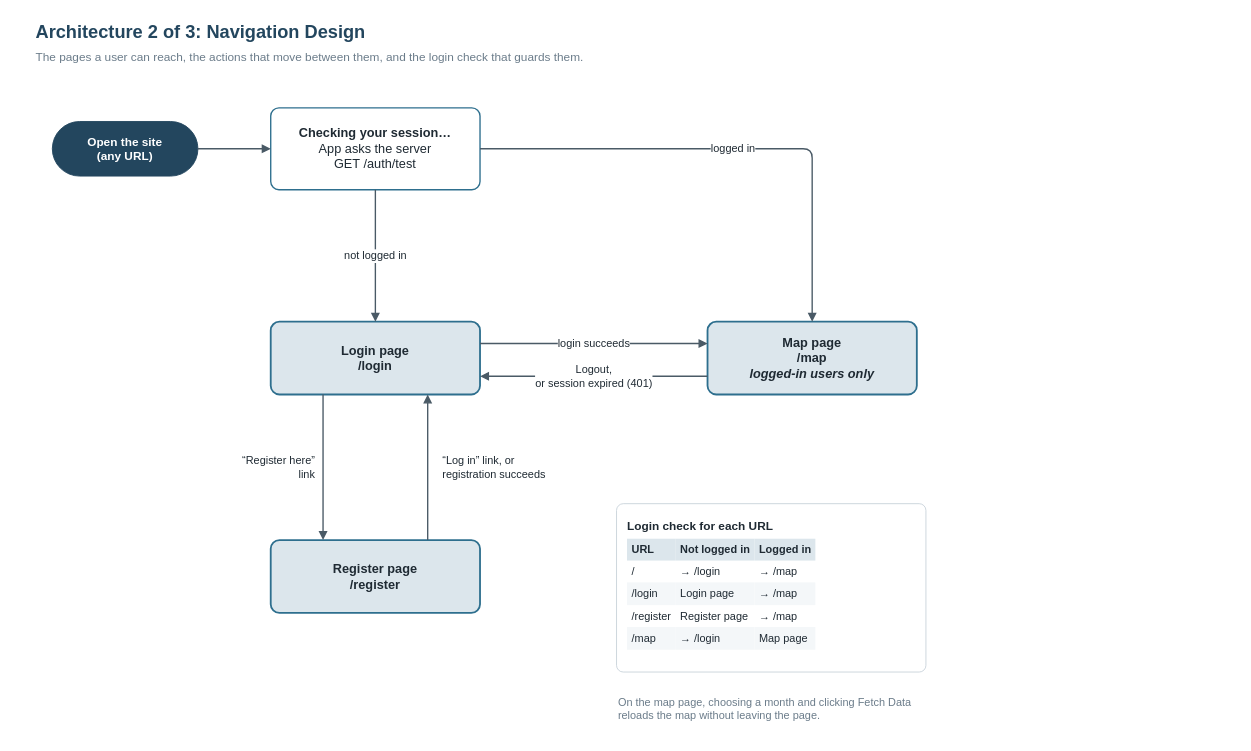
The draw.io diagram design/milestone-3/architecture-2-navigation.drawio in tdevine1/xPostForecast, before the edit. Source tidied: cells renumbered, new cells numbered last; positions are measured from the earlier drawing's top-left corner, leaving out a move shared by most shapes. Both pictures are drawn from the tidied source at 91%, with x=0, y=0 at pixel (34, 15).
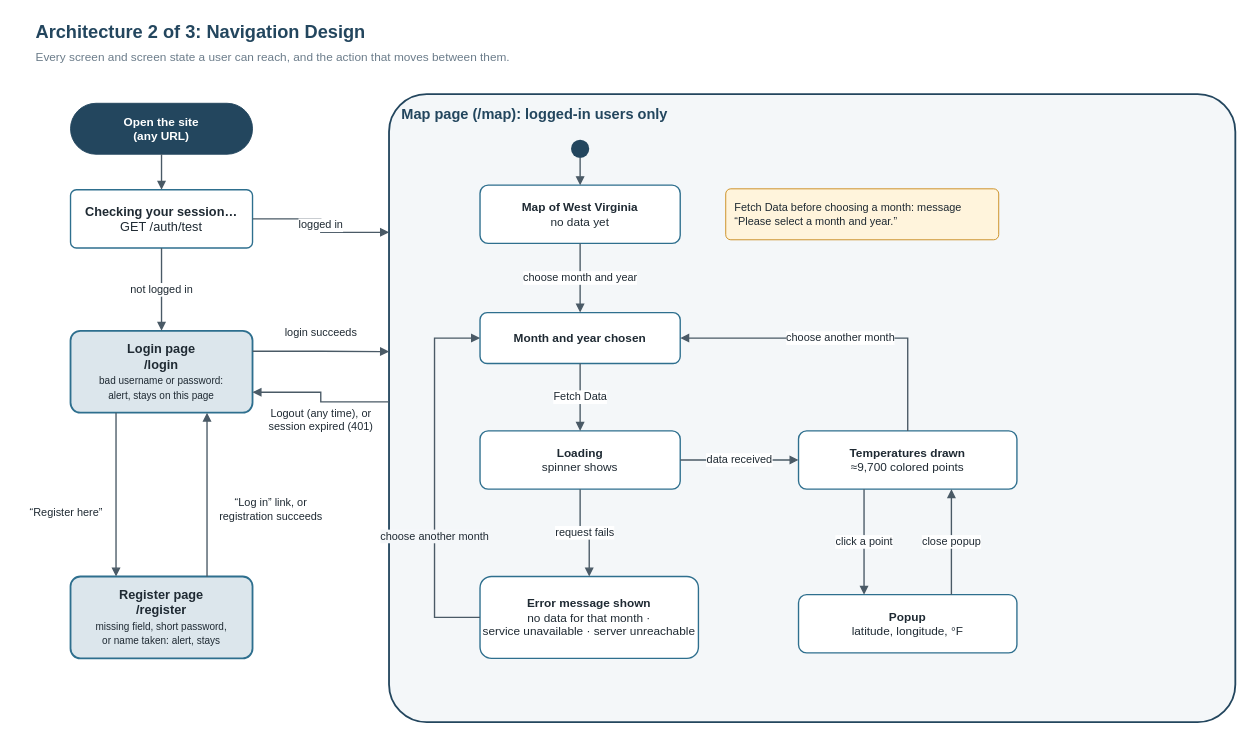
The same page after the edit.

What changed in the source:
```diff
@@
     <mxCell id="2" value="Architecture 2 of 3: Navigation Design" style="text;html=1;align=left;verticalAlign=middle;fontStyle=1;fontSize=20;fontColor=#23465E;fontFamily=Helvetica;" parent="1" vertex="1">
-      <mxGeometry width="1100" height="34" as="geometry" />
+      <mxGeometry width="1200" height="34" as="geometry" />
     </mxCell>
-    <mxCell id="3" value="The pages a user can reach, the actions that move between them, and the login check that guards them." style="text;html=1;align=left;verticalAlign=middle;fontSize=13;fontColor=#6B7C8A;fontFamily=Helvetica;" parent="1" vertex="1">
-      <mxGeometry y="34" width="1100" height="22" as="geometry" />
+    <mxCell id="3" value="Every screen and screen state a user can reach, and the action that moves between them." style="text;html=1;align=left;verticalAlign=middle;fontSize=13;fontColor=#6B7C8A;fontFamily=Helvetica;" parent="1" vertex="1">
+      <mxGeometry y="34" width="1200" height="22" as="geometry" />
     </mxCell>
     <mxCell id="4" value="Open the site&lt;br&gt;(any URL)" style="rounded=1;arcSize=50;whiteSpace=wrap;html=1;fillColor=#23465E;strokeColor=#23465E;fontColor=#FFFFFF;fontFamily=Helvetica;fontSize=13;fontStyle=1;" parent="1" vertex="1">
-      <mxGeometry x="20" y="116" width="160" height="60" as="geometry" />
+      <mxGeometry x="40" y="96" width="200" height="56" as="geometry" />
     </mxCell>
-    <mxCell id="5" value="&lt;b&gt;Checking your session…&lt;/b&gt;&lt;br&gt;App asks the server&lt;br&gt;GET /auth/test" style="rounded=1;arcSize=10;whiteSpace=wrap;html=1;fillColor=#FFFFFF;strokeColor=#2E6F8E;strokeWidth=1.5;fontFamily=Helvetica;fontSize=14;fontColor=#1F2A33;" parent="1" vertex="1">
-      <mxGeometry x="260" y="101" width="230" height="90" as="geometry" />
+    <mxCell id="5" value="&lt;b&gt;Checking your session…&lt;/b&gt;&lt;br&gt;GET /auth/test" style="rounded=1;arcSize=10;whiteSpace=wrap;html=1;fillColor=#FFFFFF;strokeColor=#2E6F8E;strokeWidth=1.5;fontFamily=Helvetica;fontSize=14;fontColor=#1F2A33;" parent="1" vertex="1">
+      <mxGeometry x="40" y="191" width="200" height="64" as="geometry" />
     </mxCell>
-    <mxCell id="6" value="&lt;b&gt;Login page&lt;/b&gt;&lt;br&gt;/login" style="rounded=1;arcSize=12;whiteSpace=wrap;html=1;fillColor=#DCE6EC;strokeColor=#2E6F8E;strokeWidth=2;fontFamily=Helvetica;fontSize=14;fontColor=#1F2A33;fontStyle=1;" parent="1" vertex="1">
-      <mxGeometry x="260" y="336" width="230" height="80" as="geometry" />
+    <mxCell id="6" value="&lt;b&gt;Login page&lt;/b&gt;&lt;br&gt;/login&lt;br&gt;&lt;span style='font-weight:normal;font-size:11px'&gt;bad username or password:&lt;br&gt;alert, stays on this page&lt;/span&gt;" style="rounded=1;arcSize=12;whiteSpace=wrap;html=1;fillColor=#DCE6EC;strokeColor=#2E6F8E;strokeWidth=2;fontFamily=Helvetica;fontSize=14;fontColor=#1F2A33;fontStyle=1;" parent="1" vertex="1">
+      <mxGeometry x="40" y="346" width="200" height="90" as="geometry" />
     </mxCell>
-    <mxCell id="7" value="&lt;b&gt;Register page&lt;/b&gt;&lt;br&gt;/register" style="rounded=1;arcSize=12;whiteSpace=wrap;html=1;fillColor=#DCE6EC;strokeColor=#2E6F8E;strokeWidth=2;fontFamily=Helvetica;fontSize=14;fontColor=#1F2A33;fontStyle=1;" parent="1" vertex="1">
-      <mxGeometry x="260" y="576" width="230" height="80" as="geometry" />
+    <mxCell id="7" value="&lt;b&gt;Register page&lt;/b&gt;&lt;br&gt;/register&lt;br&gt;&lt;span style='font-weight:normal;font-size:11px'&gt;missing field, short password,&lt;br&gt;or name taken: alert, stays&lt;/span&gt;" style="rounded=1;arcSize=12;whiteSpace=wrap;html=1;fillColor=#DCE6EC;strokeColor=#2E6F8E;strokeWidth=2;fontFamily=Helvetica;fontSize=14;fontColor=#1F2A33;fontStyle=1;" parent="1" vertex="1">
+      <mxGeometry x="40" y="616" width="200" height="90" as="geometry" />
     </mxCell>
-    <mxCell id="8" value="&lt;b&gt;Map page&lt;/b&gt;&lt;br&gt;/map&lt;br&gt;&lt;i&gt;logged-in users only&lt;/i&gt;" style="rounded=1;arcSize=12;whiteSpace=wrap;html=1;fillColor=#DCE6EC;strokeColor=#2E6F8E;strokeWidth=2;fontFamily=Helvetica;fontSize=14;fontColor=#1F2A33;fontStyle=1;" parent="1" vertex="1">
-      <mxGeometry x="740" y="336" width="230" height="80" as="geometry" />
+    <mxCell id="8" value="Map page (/map): logged-in users only" style="rounded=1;arcSize=6;whiteSpace=wrap;html=1;fillColor=#F4F7F9;strokeColor=#23465E;strokeWidth=2;verticalAlign=top;align=left;spacingLeft=12;spacingTop=6;fontStyle=1;fontSize=16;fontColor=#23465E;fontFamily=Helvetica;" parent="1" vertex="1">
+      <mxGeometry x="390" y="86" width="930" height="690" as="geometry" />
     </mxCell>
-    <mxCell id="9" style="endArrow=block;endFill=1;html=1;strokeColor=#4A5A66;strokeWidth=1.5;fontFamily=Helvetica;fontSize=12;fontColor=#1F2A33;labelBackgroundColor=#FFFFFF;" parent="1" edge="1" source="4" target="5">
-      <mxGeometry relative="1" as="geometry" />
+    <mxCell id="9" style="ellipse;fillColor=#23465E;strokeColor=none;" parent="1" vertex="1">
+      <mxGeometry x="590" y="136" width="20" height="20" as="geometry" />
     </mxCell>
-    <mxCell id="10" value="not logged in" style="endArrow=block;endFill=1;html=1;strokeColor=#4A5A66;strokeWidth=1.5;fontFamily=Helvetica;fontSize=12;fontColor=#1F2A33;labelBackgroundColor=#FFFFFF;exitX=0.5;exitY=1;entryX=0.5;entryY=0;" parent="1" edge="1" source="5" target="6">
-      <mxGeometry relative="1" as="geometry" />
+    <mxCell id="10" value="&lt;b&gt;Map of West Virginia&lt;/b&gt;&lt;br&gt;no data yet" style="rounded=1;arcSize=14;whiteSpace=wrap;html=1;fillColor=#FFFFFF;strokeColor=#2E6F8E;strokeWidth=1.5;fontFamily=Helvetica;fontSize=13;fontColor=#1F2A33;" parent="1" vertex="1">
+      <mxGeometry x="490" y="186" width="220" height="64" as="geometry" />
     </mxCell>
-    <mxCell id="11" value="logged in" style="endArrow=block;endFill=1;html=1;strokeColor=#4A5A66;strokeWidth=1.5;fontFamily=Helvetica;fontSize=12;fontColor=#1F2A33;labelBackgroundColor=#FFFFFF;exitX=1;exitY=0.5;entryX=0.5;entryY=0;" parent="1" edge="1" source="5" target="8">
-      <mxGeometry relative="1" as="geometry">
-        <Array as="points">
-          <mxPoint x="855" y="146" />
-        </Array>
-      </mxGeometry>
+    <mxCell id="11" value="&lt;b&gt;Month and year chosen&lt;/b&gt;" style="rounded=1;arcSize=14;whiteSpace=wrap;html=1;fillColor=#FFFFFF;strokeColor=#2E6F8E;strokeWidth=1.5;fontFamily=Helvetica;fontSize=13;fontColor=#1F2A33;" parent="1" vertex="1">
+      <mxGeometry x="490" y="326" width="220" height="56" as="geometry" />
     </mxCell>
-    <mxCell id="12" value="login succeeds" style="endArrow=block;endFill=1;html=1;strokeColor=#4A5A66;strokeWidth=1.5;fontFamily=Helvetica;fontSize=12;fontColor=#1F2A33;labelBackgroundColor=#FFFFFF;exitX=1;exitY=0.3;entryX=0;entryY=0.3;" parent="1" edge="1" source="6" target="8">
-      <mxGeometry relative="1" as="geometry" />
+    <mxCell id="12" value="&lt;b&gt;Loading&lt;/b&gt;&lt;br&gt;spinner shows" style="rounded=1;arcSize=14;whiteSpace=wrap;html=1;fillColor=#FFFFFF;strokeColor=#2E6F8E;strokeWidth=1.5;fontFamily=Helvetica;fontSize=13;fontColor=#1F2A33;" parent="1" vertex="1">
+      <mxGeometry x="490" y="456" width="220" height="64" as="geometry" />
     </mxCell>
-    <mxCell id="13" value="Logout,&lt;br&gt;or session expired (401)" style="endArrow=block;endFill=1;html=1;strokeColor=#4A5A66;strokeWidth=1.5;fontFamily=Helvetica;fontSize=12;fontColor=#1F2A33;labelBackgroundColor=#FFFFFF;exitX=0;exitY=0.75;entryX=1;entryY=0.75;" parent="1" edge="1" source="8" target="6">
-      <mxGeometry relative="1" as="geometry" />
+    <mxCell id="13" value="&lt;b&gt;Temperatures drawn&lt;/b&gt;&lt;br&gt;≈9,700 colored points" style="rounded=1;arcSize=14;whiteSpace=wrap;html=1;fillColor=#FFFFFF;strokeColor=#2E6F8E;strokeWidth=1.5;fontFamily=Helvetica;fontSize=13;fontColor=#1F2A33;" parent="1" vertex="1">
+      <mxGeometry x="840" y="456" width="240" height="64" as="geometry" />
     </mxCell>
-    <mxCell id="14" style="endArrow=block;endFill=1;html=1;strokeColor=#4A5A66;strokeWidth=1.5;fontFamily=Helvetica;fontSize=12;fontColor=#1F2A33;labelBackgroundColor=#FFFFFF;exitX=0.25;exitY=1;entryX=0.25;entryY=0;" parent="1" edge="1" source="6" target="7">
-      <mxGeometry relative="1" as="geometry" />
+    <mxCell id="14" value="&lt;b&gt;Popup&lt;/b&gt;&lt;br&gt;latitude, longitude, °F" style="rounded=1;arcSize=14;whiteSpace=wrap;html=1;fillColor=#FFFFFF;strokeColor=#2E6F8E;strokeWidth=1.5;fontFamily=Helvetica;fontSize=13;fontColor=#1F2A33;" parent="1" vertex="1">
+      <mxGeometry x="840" y="636" width="240" height="64" as="geometry" />
     </mxCell>
-    <mxCell id="15" style="endArrow=block;endFill=1;html=1;strokeColor=#4A5A66;strokeWidth=1.5;fontFamily=Helvetica;fontSize=12;fontColor=#1F2A33;labelBackgroundColor=#FFFFFF;exitX=0.75;exitY=0;entryX=0.75;entryY=1;" parent="1" edge="1" source="7" target="6">
-      <mxGeometry relative="1" as="geometry" />
+    <mxCell id="15" value="&lt;b&gt;Error message shown&lt;/b&gt;&lt;br&gt;no data for that month ·&lt;br&gt;service unavailable · server unreachable" style="rounded=1;arcSize=14;whiteSpace=wrap;html=1;fillColor=#FFFFFF;strokeColor=#2E6F8E;strokeWidth=1.5;fontFamily=Helvetica;fontSize=13;fontColor=#1F2A33;" parent="1" vertex="1">
+      <mxGeometry x="490" y="616" width="240" height="90" as="geometry" />
     </mxCell>
-    <mxCell id="16" value="“Register here”&lt;br&gt;link" style="text;html=1;align=right;verticalAlign=middle;fontFamily=Helvetica;fontSize=12;fontColor=#1F2A33;" parent="1" vertex="1">
-      <mxGeometry x="150" y="471" width="160" height="50" as="geometry" />
+    <mxCell id="16" value="Fetch Data before choosing a month: message “Please select a month and year.”" style="rounded=1;arcSize=10;whiteSpace=wrap;html=1;fillColor=#FFF4DC;strokeColor=#C98A1A;align=left;spacingLeft=8;fontFamily=Helvetica;fontSize=12;fontColor=#1F2A33;" parent="1" vertex="1">
+      <mxGeometry x="760" y="190" width="300" height="56" as="geometry" />
     </mxCell>
-    <mxCell id="17" value="“Log in” link, or&lt;br&gt;registration succeeds" style="text;html=1;align=left;verticalAlign=middle;fontFamily=Helvetica;fontSize=12;fontColor=#1F2A33;" parent="1" vertex="1">
-      <mxGeometry x="447" y="471" width="180" height="50" as="geometry" />
+    <mxCell id="17" style="endArrow=block;endFill=1;html=1;strokeColor=#4A5A66;strokeWidth=1.5;edgeStyle=orthogonalEdgeStyle;rounded=0;fontFamily=Helvetica;fontSize=12;fontColor=#1F2A33;labelBackgroundColor=#FFFFFF;" parent="1" edge="1" source="4" target="5">
+      <mxGeometry relative="1" as="geometry" />
     </mxCell>
-    <mxCell id="18" value="&lt;b&gt;Login check for each URL&lt;/b&gt;&lt;br&gt;&lt;table style='border-collapse:collapse;font-size:12px;margin-top:6px' cellpadding='5'&gt;&lt;tr style='background:#DCE6EC'&gt;&lt;th align='left'&gt;URL&lt;/th&gt;&lt;th align='left'&gt;Not logged in&lt;/th&gt;&lt;th align='left'&gt;Logged in&lt;/th&gt;&lt;/tr&gt;&lt;tr&gt;&lt;td&gt;/&lt;/td&gt;&lt;td&gt;→ /login&lt;/td&gt;&lt;td&gt;→ /map&lt;/td&gt;&lt;/tr&gt;&lt;tr style='background:#F4F7F9'&gt;&lt;td&gt;/login&lt;/td&gt;&lt;td&gt;Login page&lt;/td&gt;&lt;td&gt;→ /map&lt;/td&gt;&lt;/tr&gt;&lt;tr&gt;&lt;td&gt;/register&lt;/td&gt;&lt;td&gt;Register page&lt;/td&gt;&lt;td&gt;→ /map&lt;/td&gt;&lt;/tr&gt;&lt;tr style='background:#F4F7F9'&gt;&lt;td&gt;/map&lt;/td&gt;&lt;td&gt;→ /login&lt;/td&gt;&lt;td&gt;Map page&lt;/td&gt;&lt;/tr&gt;&lt;/table&gt;" style="rounded=1;arcSize=4;whiteSpace=wrap;html=1;fillColor=#FFFFFF;strokeColor=#C9D3DB;align=left;verticalAlign=top;spacing=12;fontFamily=Helvetica;fontSize=13;fontColor=#1F2A33;" parent="1" vertex="1">
-      <mxGeometry x="640" y="536" width="340" height="185" as="geometry" />
+    <mxCell id="18" value="not logged in" style="endArrow=block;endFill=1;html=1;strokeColor=#4A5A66;strokeWidth=1.5;edgeStyle=orthogonalEdgeStyle;rounded=0;fontFamily=Helvetica;fontSize=12;fontColor=#1F2A33;labelBackgroundColor=#FFFFFF;exitX=0.5;exitY=1;entryX=0.5;entryY=0;" parent="1" edge="1" source="5" target="6">
+      <mxGeometry relative="1" as="geometry" />
     </mxCell>
-    <mxCell id="19" value="On the map page, choosing a month and clicking Fetch Data reloads the map without leaving the page." style="text;html=1;align=left;verticalAlign=top;whiteSpace=wrap;fontSize=12;fontColor=#6B7C8A;fontFamily=Helvetica;" parent="1" vertex="1">
-      <mxGeometry x="640" y="741" width="360" height="50" as="geometry" />
+    <mxCell id="19" value="logged in" style="endArrow=block;endFill=1;html=1;strokeColor=#4A5A66;strokeWidth=1.5;edgeStyle=orthogonalEdgeStyle;rounded=0;fontFamily=Helvetica;fontSize=12;fontColor=#1F2A33;labelBackgroundColor=#FFFFFF;exitX=1;exitY=0.5;entryX=0;entryY=0.22;" parent="1" edge="1" source="5" target="8">
+      <mxGeometry relative="1" as="geometry" />
     </mxCell>
+    <mxCell id="20" style="endArrow=block;endFill=1;html=1;strokeColor=#4A5A66;strokeWidth=1.5;edgeStyle=orthogonalEdgeStyle;rounded=0;fontFamily=Helvetica;fontSize=12;fontColor=#1F2A33;labelBackgroundColor=#FFFFFF;exitX=1;exitY=0.25;entryX=0;entryY=0.41;" parent="1" edge="1" source="6" target="8">
+      <mxGeometry relative="1" as="geometry" />
+    </mxCell>
+    <mxCell id="21" value="login succeeds" style="text;html=1;align=center;verticalAlign=middle;fontFamily=Helvetica;fontSize=12;fontColor=#1F2A33;" parent="1" vertex="1">
+      <mxGeometry x="250" y="338" width="130" height="20" as="geometry" />
+    </mxCell>
+    <mxCell id="22" style="endArrow=block;endFill=1;html=1;strokeColor=#4A5A66;strokeWidth=1.5;edgeStyle=orthogonalEdgeStyle;rounded=0;fontFamily=Helvetica;fontSize=12;fontColor=#1F2A33;labelBackgroundColor=#FFFFFF;exitX=0;exitY=0.49;entryX=1;entryY=0.75;" parent="1" edge="1" source="8" target="6">
+      <mxGeometry relative="1" as="geometry" />
+    </mxCell>
+    <mxCell id="23" value="Logout (any time), or&lt;br&gt;session expired (401)" style="text;html=1;align=center;verticalAlign=middle;fontFamily=Helvetica;fontSize=12;fontColor=#1F2A33;" parent="1" vertex="1">
+      <mxGeometry x="250" y="426" width="130" height="36" as="geometry" />
+    </mxCell>
+    <mxCell id="24" style="endArrow=block;endFill=1;html=1;strokeColor=#4A5A66;strokeWidth=1.5;edgeStyle=orthogonalEdgeStyle;rounded=0;fontFamily=Helvetica;fontSize=12;fontColor=#1F2A33;labelBackgroundColor=#FFFFFF;exitX=0.25;exitY=1;entryX=0.25;entryY=0;" parent="1" edge="1" source="6" target="7">
+      <mxGeometry relative="1" as="geometry" />
+    </mxCell>
+    <mxCell id="25" style="endArrow=block;endFill=1;html=1;strokeColor=#4A5A66;strokeWidth=1.5;edgeStyle=orthogonalEdgeStyle;rounded=0;fontFamily=Helvetica;fontSize=12;fontColor=#1F2A33;labelBackgroundColor=#FFFFFF;exitX=0.75;exitY=0;entryX=0.75;entryY=1;" parent="1" edge="1" source="7" target="6">
+      <mxGeometry relative="1" as="geometry" />
+    </mxCell>
+    <mxCell id="26" value="“Register here”" style="text;html=1;align=center;verticalAlign=middle;fontFamily=Helvetica;fontSize=12;fontColor=#1F2A33;" parent="1" vertex="1">
+      <mxGeometry x="-20" y="536" width="110" height="20" as="geometry" />
+    </mxCell>
+    <mxCell id="27" value="“Log in” link, or&lt;br&gt;registration succeeds" style="text;html=1;align=center;verticalAlign=middle;fontFamily=Helvetica;fontSize=12;fontColor=#1F2A33;" parent="1" vertex="1">
+      <mxGeometry x="185" y="524" width="150" height="36" as="geometry" />
+    </mxCell>
+    <mxCell id="28" style="endArrow=block;endFill=1;html=1;strokeColor=#4A5A66;strokeWidth=1.5;edgeStyle=orthogonalEdgeStyle;rounded=0;fontFamily=Helvetica;fontSize=12;fontColor=#1F2A33;labelBackgroundColor=#FFFFFF;" parent="1" edge="1" source="9" target="10">
+      <mxGeometry relative="1" as="geometry" />
+    </mxCell>
+    <mxCell id="29" value="choose month and year" style="endArrow=block;endFill=1;html=1;strokeColor=#4A5A66;strokeWidth=1.5;edgeStyle=orthogonalEdgeStyle;rounded=0;fontFamily=Helvetica;fontSize=12;fontColor=#1F2A33;labelBackgroundColor=#FFFFFF;exitX=0.5;exitY=1;entryX=0.5;entryY=0;" parent="1" edge="1" source="10" target="11">
+      <mxGeometry relative="1" as="geometry" />
+    </mxCell>
+    <mxCell id="30" value="Fetch Data" style="endArrow=block;endFill=1;html=1;strokeColor=#4A5A66;strokeWidth=1.5;edgeStyle=orthogonalEdgeStyle;rounded=0;fontFamily=Helvetica;fontSize=12;fontColor=#1F2A33;labelBackgroundColor=#FFFFFF;exitX=0.5;exitY=1;entryX=0.5;entryY=0;" parent="1" edge="1" source="11" target="12">
+      <mxGeometry relative="1" as="geometry" />
+    </mxCell>
+    <mxCell id="31" value="data received" style="endArrow=block;endFill=1;html=1;strokeColor=#4A5A66;strokeWidth=1.5;edgeStyle=orthogonalEdgeStyle;rounded=0;fontFamily=Helvetica;fontSize=12;fontColor=#1F2A33;labelBackgroundColor=#FFFFFF;exitX=1;exitY=0.5;entryX=0;entryY=0.5;" parent="1" edge="1" source="12" target="13">
+      <mxGeometry relative="1" as="geometry" />
+    </mxCell>
+    <mxCell id="32" value="request fails" style="endArrow=block;endFill=1;html=1;strokeColor=#4A5A66;strokeWidth=1.5;edgeStyle=orthogonalEdgeStyle;rounded=0;fontFamily=Helvetica;fontSize=12;fontColor=#1F2A33;labelBackgroundColor=#FFFFFF;exitX=0.5;exitY=1;entryX=0.5;entryY=0;" parent="1" edge="1" source="12" target="15">
+      <mxGeometry relative="1" as="geometry" />
+    </mxCell>
+    <mxCell id="33" value="click a point" style="endArrow=block;endFill=1;html=1;strokeColor=#4A5A66;strokeWidth=1.5;edgeStyle=orthogonalEdgeStyle;rounded=0;fontFamily=Helvetica;fontSize=12;fontColor=#1F2A33;labelBackgroundColor=#FFFFFF;exitX=0.3;exitY=1;entryX=0.3;entryY=0;" parent="1" edge="1" source="13" target="14">
+      <mxGeometry relative="1" as="geometry" />
+    </mxCell>
+    <mxCell id="34" value="close popup" style="endArrow=block;endFill=1;html=1;strokeColor=#4A5A66;strokeWidth=1.5;edgeStyle=orthogonalEdgeStyle;rounded=0;fontFamily=Helvetica;fontSize=12;fontColor=#1F2A33;labelBackgroundColor=#FFFFFF;exitX=0.7;exitY=0;entryX=0.7;entryY=1;" parent="1" edge="1" source="14" target="13">
+      <mxGeometry relative="1" as="geometry" />
+    </mxCell>
+    <mxCell id="35" value="choose another month" style="endArrow=block;endFill=1;html=1;strokeColor=#4A5A66;strokeWidth=1.5;edgeStyle=orthogonalEdgeStyle;rounded=0;fontFamily=Helvetica;fontSize=12;fontColor=#1F2A33;labelBackgroundColor=#FFFFFF;exitX=0.5;exitY=0;entryX=1;entryY=0.5;" parent="1" edge="1" source="13" target="11">
+      <mxGeometry relative="1" as="geometry">
+        <Array as="points">
+          <mxPoint x="960" y="354" />
+        </Array>
+      </mxGeometry>
+    </mxCell>
+    <mxCell id="36" style="endArrow=block;endFill=1;html=1;strokeColor=#4A5A66;strokeWidth=1.5;edgeStyle=orthogonalEdgeStyle;rounded=0;fontFamily=Helvetica;fontSize=12;fontColor=#1F2A33;labelBackgroundColor=#FFFFFF;exitX=0;exitY=0.5;entryX=0;entryY=0.5;" parent="1" edge="1" source="15" target="11">
+      <mxGeometry relative="1" as="geometry">
+        <Array as="points">
+          <mxPoint x="440" y="661" />
+          <mxPoint x="440" y="354" />
+        </Array>
+      </mxGeometry>
+    </mxCell>
+    <mxCell id="37" value="choose another month" style="text;html=1;align=center;verticalAlign=middle;fontFamily=Helvetica;fontSize=12;fontColor=#1F2A33;labelBackgroundColor=#F4F7F9;" parent="1" vertex="1">
+      <mxGeometry x="378" y="562" width="124" height="20" as="geometry" />
+    </mxCell>
```
